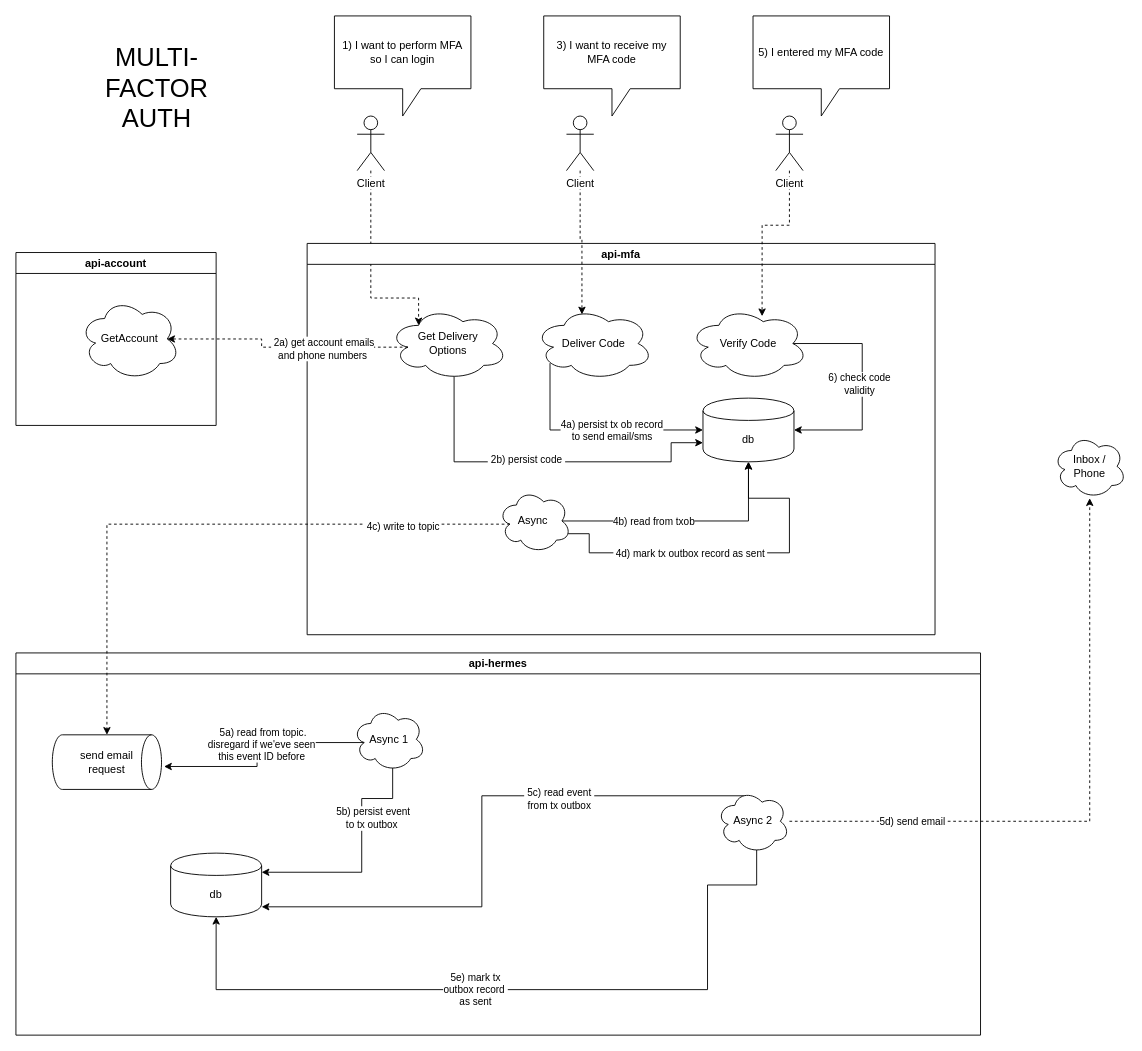
Earlier version of the draw.io diagram page "mfa" (4 of 5) of architecture.drawio (AlpacaLabs/protorepo). Source tidied: cells renumbered, new cells numbered last; positions are measured from the earlier drawing's top-left corner, leaving out a move shared by most shapes. Both pictures are drawn from the tidied source at 91%, with x=0, y=0 at pixel (15, 15).
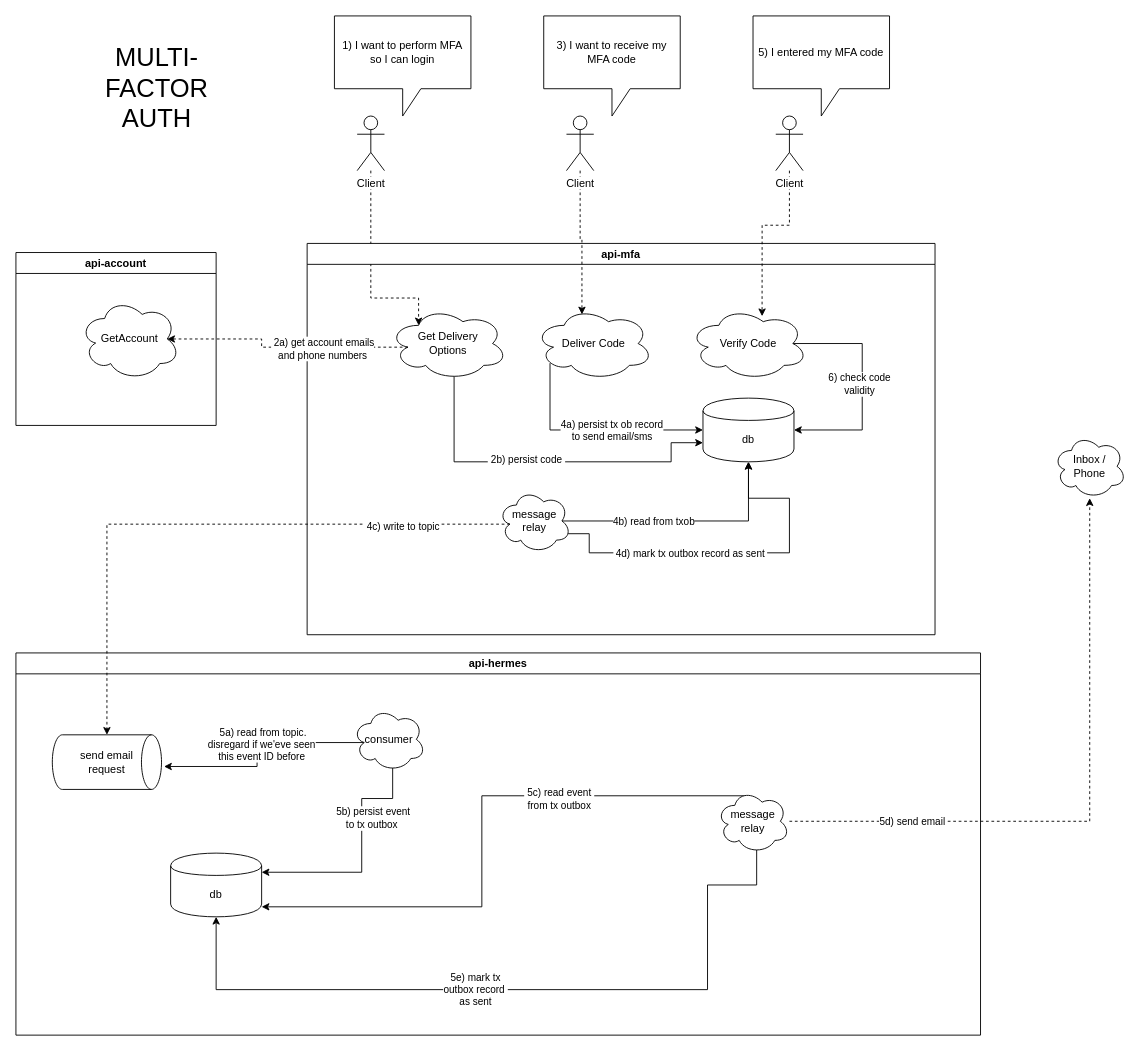
Above is the later version.

Unchanged cells that the change refers to:
```xml
<mxCell id="4" value="api-mfa" style="swimlane;rounded=0;" parent="1" vertex="1">
  <mxGeometry x="320" y="250" width="690" height="430" as="geometry" />
</mxCell>
<mxCell id="32" value="api-hermes" style="swimlane;rounded=0;" parent="1" vertex="1">
  <mxGeometry y="700" width="1060" height="420" as="geometry" />
</mxCell>
```

What changed in the source:
```diff
@@
-    <mxCell id="17" value="Async&amp;nbsp;" style="ellipse;shape=cloud;whiteSpace=wrap;html=1;rounded=0;" parent="4" vertex="1">
+    <mxCell id="17" value="message&lt;br&gt;relay" style="ellipse;shape=cloud;whiteSpace=wrap;html=1;rounded=0;" parent="4" vertex="1">
       <mxGeometry x="210" y="270" width="80" height="70" as="geometry" />
     </mxCell>
@@
-    <mxCell id="38" value="Async 1" style="ellipse;shape=cloud;whiteSpace=wrap;html=1;rounded=0;" parent="32" vertex="1">
+    <mxCell id="38" value="consumer" style="ellipse;shape=cloud;whiteSpace=wrap;html=1;rounded=0;" parent="32" vertex="1">
       <mxGeometry x="370" y="60" width="80" height="70" as="geometry" />
     </mxCell>
@@
-    <mxCell id="43" value="Async 2" style="ellipse;shape=cloud;whiteSpace=wrap;html=1;rounded=0;" parent="32" vertex="1">
+    <mxCell id="43" value="message&lt;br&gt;relay" style="ellipse;shape=cloud;whiteSpace=wrap;html=1;rounded=0;" parent="32" vertex="1">
       <mxGeometry x="770" y="150" width="80" height="70" as="geometry" />
     </mxCell>
```
